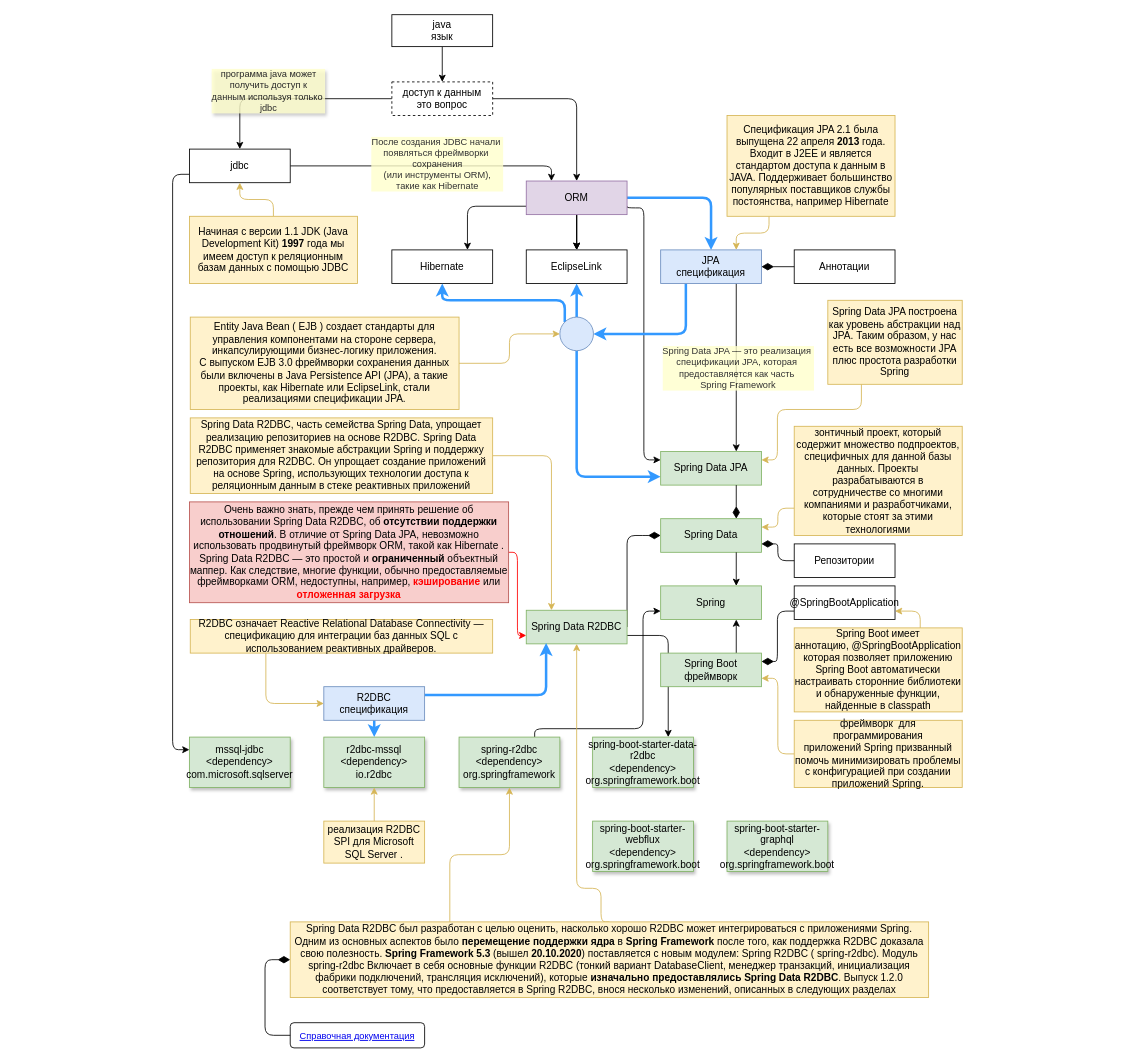
Earlier version of the draw.io diagram drawio/jdbc-orm.drawio (bondalen/vscode-diagrams). Source tidied: cells renumbered, new cells numbered last; positions are measured from the earlier drawing's top-left corner, leaving out a move shared by most shapes. Both pictures are drawn from the tidied source at 84%, with x=0, y=0 at pixel (172, 14).
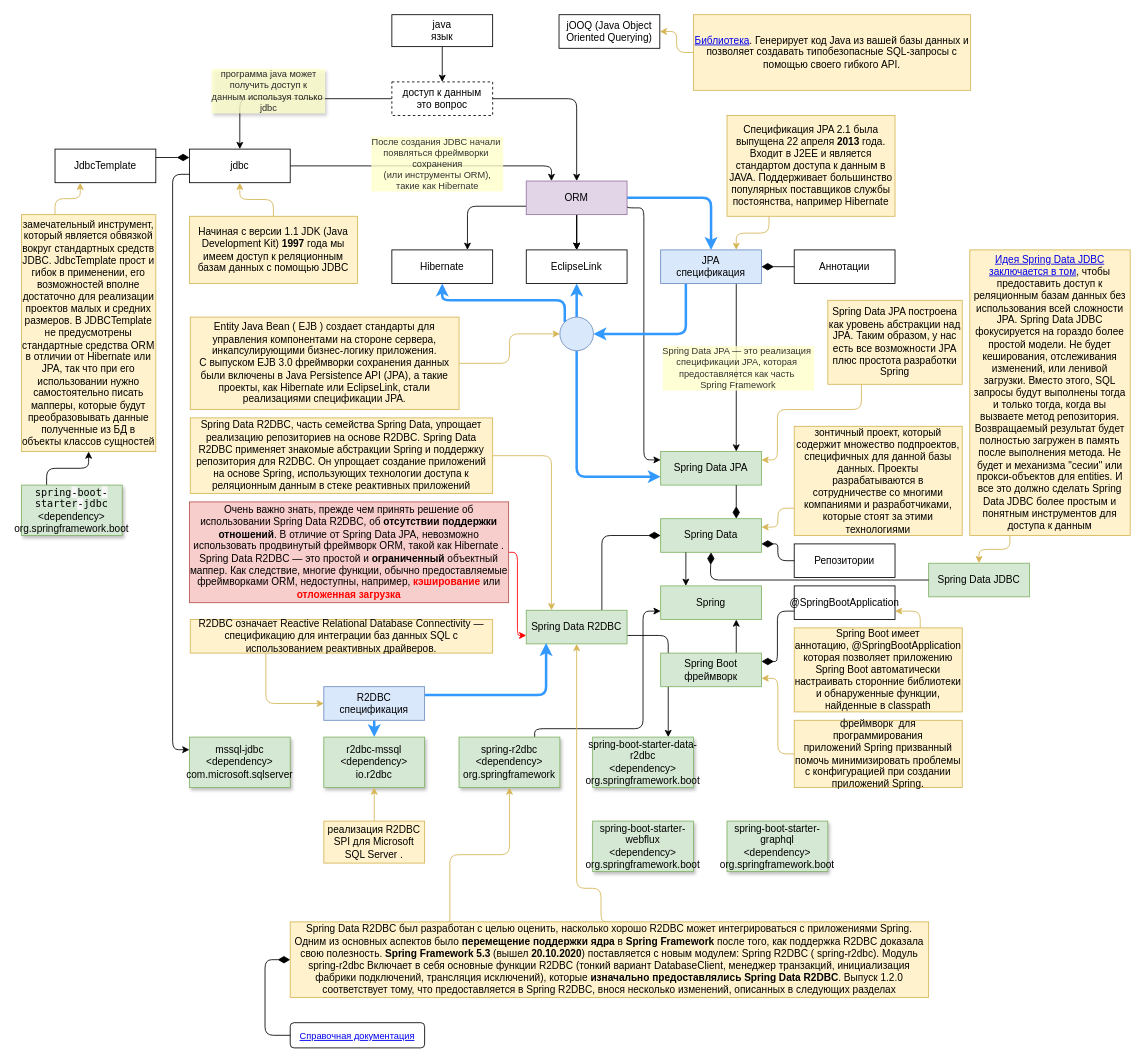
Above is the later version.

Unchanged cells that the change refers to:
```xml
<mxCell id="12" value="jdbc" style="whiteSpace=wrap;html=1;rounded=0;" parent="1" vertex="1">
  <mxGeometry x="20" y="160" width="120" height="40" as="geometry" />
</mxCell>
<mxCell id="36" value="Spring Data" style="whiteSpace=wrap;html=1;rounded=0;fillColor=#d5e8d4;strokeColor=#82b366;" parent="1" vertex="1">
  <mxGeometry x="581" y="600" width="120" height="40" as="geometry" />
</mxCell>
<mxCell id="38" value="Spring" style="whiteSpace=wrap;html=1;rounded=0;fillColor=#d5e8d4;strokeColor=#82b366;" parent="1" vertex="1">
  <mxGeometry x="581" y="680" width="120" height="40" as="geometry" />
</mxCell>
<mxCell id="40" value="Spring Data R2DBC" style="whiteSpace=wrap;html=1;rounded=0;fillColor=#d5e8d4;strokeColor=#82b366;" parent="1" vertex="1">
  <mxGeometry x="421" y="709" width="120" height="40" as="geometry" />
</mxCell>
```

What changed in the source:
```diff
@@
-    <mxCell id="35" style="edgeStyle=orthogonalEdgeStyle;shape=connector;rounded=1;html=1;exitX=1;exitY=0.5;exitDx=0;exitDy=0;entryX=0;entryY=0.5;entryDx=0;entryDy=0;strokeColor=default;align=center;verticalAlign=middle;fontFamily=Helvetica;fontSize=11;fontColor=default;labelBackgroundColor=default;endArrow=diamondThin;startSize=6;endFill=1;endSize=12;" parent="1" edge="1" source="40" target="36">
+    <mxCell id="35" style="edgeStyle=orthogonalEdgeStyle;shape=connector;rounded=1;html=1;exitX=0.75;exitY=0;exitDx=0;exitDy=0;entryX=0;entryY=0.5;entryDx=0;entryDy=0;strokeColor=default;align=center;verticalAlign=middle;fontFamily=Helvetica;fontSize=11;fontColor=default;labelBackgroundColor=default;endArrow=diamondThin;startSize=6;endFill=1;endSize=12;" parent="1" edge="1" source="40" target="36">
       <mxGeometry relative="1" as="geometry">
         <Array as="points">
-          <mxPoint x="560" y="620" />
-          <mxPoint x="560" y="620" />
+          <mxPoint x="511" y="620" />
         </Array>
       </mxGeometry>
     </mxCell>
@@
-    <mxCell id="37" style="edgeStyle=orthogonalEdgeStyle;shape=connector;rounded=1;html=1;exitX=0.75;exitY=1;exitDx=0;exitDy=0;entryX=0.75;entryY=0;entryDx=0;entryDy=0;strokeColor=default;align=center;verticalAlign=middle;fontFamily=Helvetica;fontSize=11;fontColor=default;labelBackgroundColor=default;endArrow=classic;" parent="1" edge="1" source="36" target="38">
+    <mxCell id="37" style="edgeStyle=orthogonalEdgeStyle;shape=connector;rounded=1;html=1;exitX=0.25;exitY=1;exitDx=0;exitDy=0;entryX=0.25;entryY=0;entryDx=0;entryDy=0;strokeColor=default;align=center;verticalAlign=middle;fontFamily=Helvetica;fontSize=11;fontColor=default;labelBackgroundColor=default;endArrow=classic;" parent="1" edge="1" source="36" target="38">
       <mxGeometry relative="1" as="geometry" />
     </mxCell>
@@
+    <mxCell id="82" value="Spring Data JDBC" style="whiteSpace=wrap;html=1;rounded=0;fillColor=#d5e8d4;strokeColor=#82b366;" parent="1" vertex="1">
+      <mxGeometry x="900" y="653" width="120" height="40" as="geometry" />
+    </mxCell>
+    <mxCell id="83" style="edgeStyle=orthogonalEdgeStyle;shape=connector;rounded=1;html=1;exitX=0;exitY=0.5;exitDx=0;exitDy=0;strokeColor=default;align=center;verticalAlign=middle;fontFamily=Helvetica;fontSize=11;fontColor=default;labelBackgroundColor=default;endArrow=diamondThin;startSize=6;endFill=1;endSize=12;entryX=0.5;entryY=1;entryDx=0;entryDy=0;" parent="1" edge="1" source="82" target="36">
+      <mxGeometry relative="1" as="geometry">
+        <Array as="points">
+          <mxPoint x="640" y="673" />
+        </Array>
+      </mxGeometry>
+    </mxCell>
+    <mxCell id="84" style="edgeStyle=orthogonalEdgeStyle;html=1;exitX=0.25;exitY=1;exitDx=0;exitDy=0;entryX=0.5;entryY=0;entryDx=0;entryDy=0;rounded=1;strokeColor=#d6b656;align=center;verticalAlign=middle;fontFamily=Helvetica;fontSize=11;fontColor=default;labelBackgroundColor=default;endArrow=classic;fillColor=#fff2cc;" parent="1" edge="1" source="85" target="82">
+      <mxGeometry relative="1" as="geometry" />
+    </mxCell>
+    <mxCell id="85" value="&lt;a href=&quot;https://habr.com/ru/articles/423697/&quot;&gt;Идея Spring Data JDBC заключается в том&lt;/a&gt;, чтобы предоставить доступ к реляционным базам данных&amp;nbsp;без использования всей сложности JPA.&amp;nbsp;Spring Data JDBC фокусируется на&amp;nbsp;гораздо более простой модели. Не будет кеширования, отслеживания изменений, или ленивой загрузки. Вместо этого, SQL запросы будут выполнены тогда и только тогда, когда вы вызваете метод репозитория. Возвращаемый результат будет полностью загружен в память после выполнения метода. Не будет и механизма &quot;сесии&quot; или прокси-объектов для entities. И все это должно сделать Spring Data JDBC более простым и понятным инструментов для доступа к данным" style="text;html=1;align=center;verticalAlign=middle;whiteSpace=wrap;rounded=0;fillColor=#fff2cc;strokeColor=#d6b656;" parent="1" vertex="1">
+      <mxGeometry x="949" y="280" width="191" height="340" as="geometry" />
+    </mxCell>
+    <mxCell id="86" value="jOOQ (Java Object Oriented Querying)" style="whiteSpace=wrap;html=1;rounded=0;" parent="1" vertex="1">
+      <mxGeometry x="460" width="120" height="40" as="geometry" />
+    </mxCell>
+    <mxCell id="87" style="edgeStyle=orthogonalEdgeStyle;html=1;exitX=0;exitY=0.5;exitDx=0;exitDy=0;entryX=1;entryY=0.5;entryDx=0;entryDy=0;rounded=1;strokeColor=#d6b656;align=center;verticalAlign=middle;fontFamily=Helvetica;fontSize=11;fontColor=default;labelBackgroundColor=default;endArrow=classic;fillColor=#fff2cc;" parent="1" edge="1" source="88" target="86">
+      <mxGeometry relative="1" as="geometry" />
+    </mxCell>
+    <mxCell id="88" value="&lt;a href=&quot;https://habr.com/ru/articles/815771/&quot;&gt;Библиотека&lt;/a&gt;. Генерирует код Java из вашей базы данных и позволяет создавать типобезопасные SQL-запросы с помощью своего гибкого API." style="text;html=1;align=center;verticalAlign=middle;whiteSpace=wrap;rounded=0;fillColor=#fff2cc;strokeColor=#d6b656;" parent="1" vertex="1">
+      <mxGeometry x="620" width="330" height="90" as="geometry" />
+    </mxCell>
+    <mxCell id="89" value="JdbcTemplate" style="whiteSpace=wrap;html=1;rounded=0;" parent="1" vertex="1">
+      <mxGeometry x="-140" y="160" width="120" height="40" as="geometry" />
+    </mxCell>
+    <mxCell id="90" style="edgeStyle=orthogonalEdgeStyle;html=1;exitX=0.25;exitY=0;exitDx=0;exitDy=0;entryX=0.25;entryY=1;entryDx=0;entryDy=0;rounded=1;strokeColor=#d6b656;align=center;verticalAlign=middle;fontFamily=Helvetica;fontSize=11;fontColor=default;labelBackgroundColor=default;endArrow=classic;fillColor=#fff2cc;" parent="1" edge="1" source="91" target="89">
+      <mxGeometry relative="1" as="geometry" />
+    </mxCell>
+    <mxCell id="91" value="замечательный инструмент, который является обвязкой вокруг стандартных средств JDBC. JdbcTemplate прост и гибок в применении, его возможностей вполне достаточно для реализации проектов малых и средних размеров. В JDBCTemplate не предусмотрены стандартные средства ORM в отличии от Hibernate или JPA, так что при его использовании нужно самостоятельно писать мапперы, которые будут преобразовывать данные полученные из БД в объекты классов сущностей" style="text;html=1;align=center;verticalAlign=middle;whiteSpace=wrap;rounded=0;fillColor=#fff2cc;strokeColor=#d6b656;" parent="1" vertex="1">
+      <mxGeometry x="-180" y="238" width="160" height="282" as="geometry" />
+    </mxCell>
+    <mxCell id="92" style="edgeStyle=orthogonalEdgeStyle;shape=connector;rounded=1;html=1;exitX=1;exitY=0.25;exitDx=0;exitDy=0;entryX=0;entryY=0.25;entryDx=0;entryDy=0;strokeColor=default;align=center;verticalAlign=middle;fontFamily=Helvetica;fontSize=11;fontColor=default;labelBackgroundColor=default;endArrow=diamondThin;endFill=1;startSize=6;endSize=12;" parent="1" edge="1" source="89" target="12">
+      <mxGeometry relative="1" as="geometry" />
+    </mxCell>
+    <mxCell id="93" style="edgeStyle=orthogonalEdgeStyle;html=1;exitX=0.25;exitY=0;exitDx=0;exitDy=0;entryX=0.5;entryY=1;entryDx=0;entryDy=0;" parent="1" edge="1" source="94" target="91">
+      <mxGeometry relative="1" as="geometry" />
+    </mxCell>
+    <mxCell id="94" value="&lt;span style=&quot;box-sizing: inherit; border: 0px; font-family: Monaco, MonacoRegular, &amp;quot;Courier New&amp;quot;, monospace; margin: 0px; outline: 0px; padding: 0px; vertical-align: baseline; height: inherit; color: rgb(0, 0, 0); text-align: left; white-space: pre; line-height: inherit !important;&quot; class=&quot;crayon-i&quot;&gt;spring&lt;/span&gt;&lt;span style=&quot;color: rgb(0, 0, 0); font-family: Monaco, MonacoRegular, &amp;quot;Courier New&amp;quot;, monospace; text-align: left; white-space: pre; background-color: rgb(247, 247, 247);&quot;&gt;-&lt;/span&gt;&lt;span style=&quot;box-sizing: inherit; border: 0px; font-family: Monaco, MonacoRegular, &amp;quot;Courier New&amp;quot;, monospace; margin: 0px; outline: 0px; padding: 0px; vertical-align: baseline; height: inherit; color: rgb(0, 0, 0); text-align: left; white-space: pre; line-height: inherit !important;&quot; class=&quot;crayon-i&quot;&gt;boot&lt;/span&gt;&lt;span style=&quot;color: rgb(0, 0, 0); font-family: Monaco, MonacoRegular, &amp;quot;Courier New&amp;quot;, monospace; text-align: left; white-space: pre; background-color: rgb(247, 247, 247);&quot;&gt;-&lt;/span&gt;&lt;span style=&quot;box-sizing: inherit; border: 0px; font-family: Monaco, MonacoRegular, &amp;quot;Courier New&amp;quot;, monospace; margin: 0px; outline: 0px; padding: 0px; vertical-align: baseline; height: inherit; color: rgb(0, 0, 0); text-align: left; white-space: pre; line-height: inherit !important;&quot; class=&quot;crayon-i&quot;&gt;starter&lt;/span&gt;&lt;span style=&quot;color: rgb(0, 0, 0); font-family: Monaco, MonacoRegular, &amp;quot;Courier New&amp;quot;, monospace; text-align: left; white-space: pre; background-color: rgb(247, 247, 247);&quot;&gt;-&lt;/span&gt;&lt;span style=&quot;box-sizing: inherit; border: 0px; font-family: Monaco, MonacoRegular, &amp;quot;Courier New&amp;quot;, monospace; margin: 0px; outline: 0px; padding: 0px; vertical-align: baseline; height: inherit; color: rgb(0, 0, 0); text-align: left; white-space: pre; line-height: inherit !important;&quot; class=&quot;crayon-i&quot;&gt;jdbc&lt;/span&gt;&lt;br&gt;&lt;div&gt;&amp;lt;dependency&amp;gt;&lt;/div&gt;&lt;div&gt;org.springframework.boot&lt;/div&gt;" style="whiteSpace=wrap;html=1;rounded=0;fillColor=#d5e8d4;strokeColor=#82b366;strokeWidth=1;shadow=1;align=center;verticalAlign=middle;fontFamily=Helvetica;fontSize=12;fontColor=default;" parent="1" vertex="1">
+      <mxGeometry x="-180" y="560" width="120" height="60" as="geometry" />
+    </mxCell>
```
